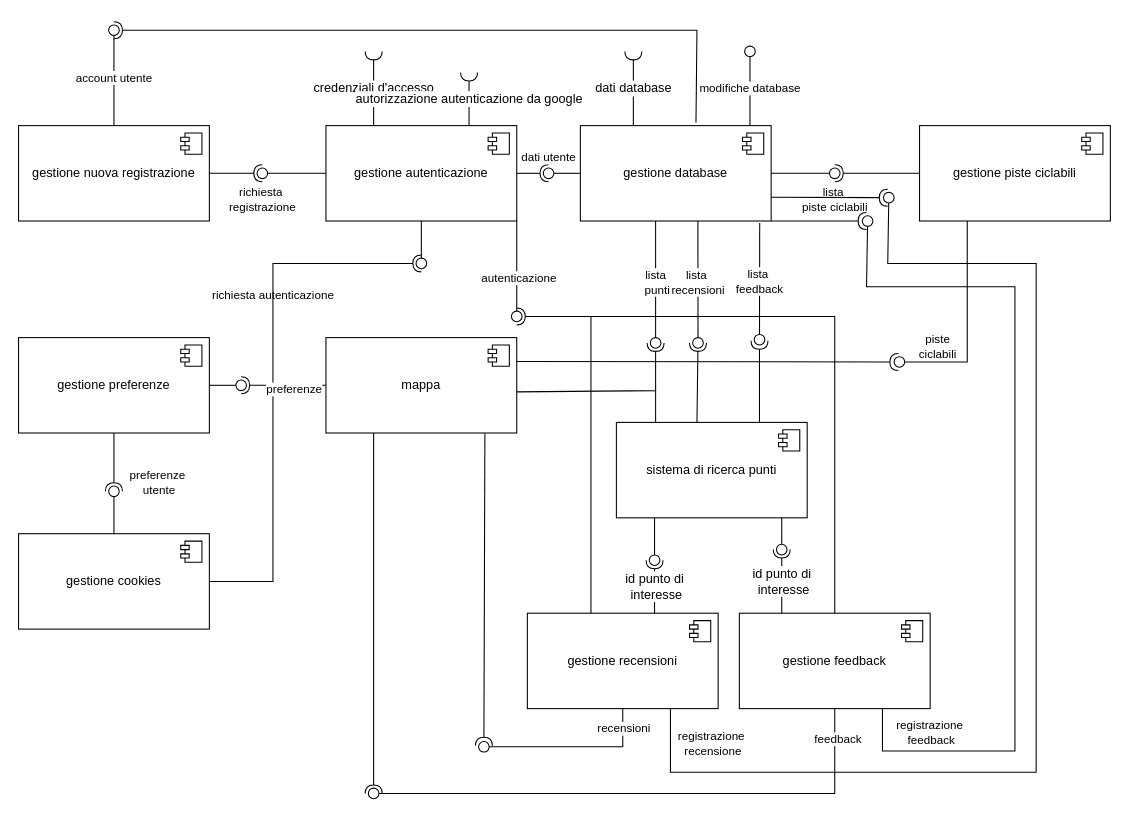
riccardoFinelloUniTn/BikeInfo keeps this draw.io diagram as componenti.drawio. Above is the earlier version. Source tidied: cells renumbered, new cells numbered last; positions are measured from the earlier drawing's top-left corner, leaving out a move shared by most shapes. Both pictures are drawn from the tidied source at 106%, with x=0, y=0 at pixel (18, 30).
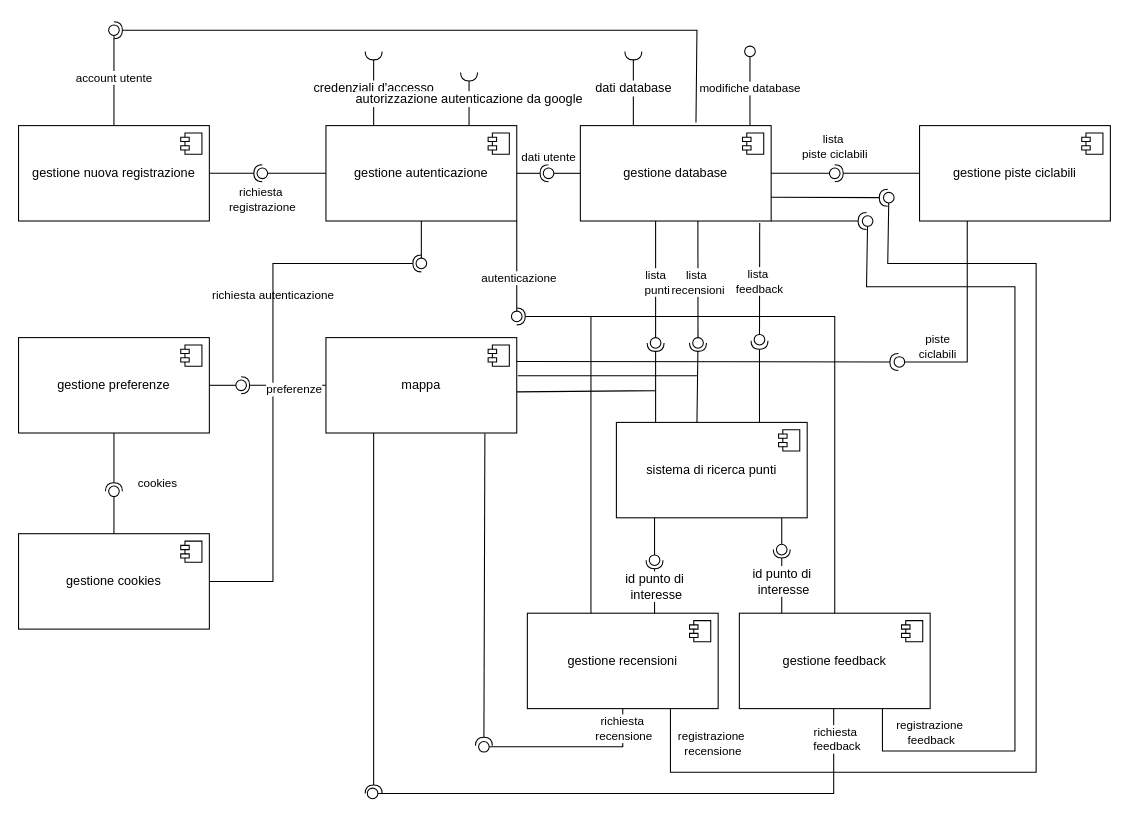
Above is the later version.

Unchanged cells that the change refers to:
```xml
<mxCell id="2" value="gestione database" style="html=1;whiteSpace=wrap;" parent="1" vertex="1">
  <mxGeometry x="530" y="90" width="180" height="90" as="geometry" />
</mxCell>
<mxCell id="8" value="gestione feedback" style="html=1;whiteSpace=wrap;" parent="1" vertex="1">
  <mxGeometry x="680" y="550" width="180" height="90" as="geometry" />
</mxCell>
<mxCell id="46" style="rounded=0;jettySize=auto;html=1;endArrow=halfCircle;endFill=0;endSize=6;strokeWidth=1;sketch=0;exitX=0.5;exitY=1;exitDx=0;exitDy=0;" parent="1" edge="1" source="10">
  <mxGeometry relative="1" as="geometry">
    <mxPoint x="90" y="435" as="targetPoint" />
  </mxGeometry>
</mxCell>
<mxCell id="51" style="ellipse;whiteSpace=wrap;html=1;align=center;fillColor=none;strokeColor=none;perimeter=centerPerimeter;points=[];outlineConnect=1;" parent="1" vertex="1">
  <mxGeometry x="765" y="130" width="10" height="10" as="geometry" />
</mxCell>
<mxCell id="57" value="mappa" style="html=1;whiteSpace=wrap;" parent="1" vertex="1">
  <mxGeometry x="290" y="290" width="180" height="90" as="geometry" />
</mxCell>
<mxCell id="60" style="rounded=0;jettySize=auto;html=1;endArrow=oval;endFill=0;sketch=0;sourcePerimeterSpacing=0;targetPerimeterSpacing=0;endSize=10;exitX=0.5;exitY=1;exitDx=0;exitDy=0;entryX=1.167;entryY=0.533;entryDx=0;entryDy=0;entryPerimeter=0;" parent="1" edge="1" source="4">
  <mxGeometry relative="1" as="geometry">
    <mxPoint x="439" y="676" as="targetPoint" />
    <Array as="points">
      <mxPoint x="570" y="676" />
    </Array>
  </mxGeometry>
</mxCell>
```

Change to the diagram source:
```diff
@@
-    <mxCell id="47" value="preferenze&lt;div&gt;&amp;nbsp;utente&lt;/div&gt;" style="edgeLabel;html=1;align=center;verticalAlign=middle;" parent="46" vertex="1">
+    <mxCell id="47" value="cookies" style="edgeLabel;html=1;align=center;verticalAlign=middle;" parent="46" vertex="1">
       <mxGeometry x="0.1" y="-1" relative="1" as="geometry">
         <mxPoint x="41" y="16" as="offset" />
       </mxGeometry>
     </mxCell>
@@
     <mxCell id="50" value="lista&amp;nbsp;&lt;div&gt;piste ciclabili&lt;/div&gt;" style="rounded=0;jettySize=auto;html=1;endArrow=oval;endFill=0;sketch=0;sourcePerimeterSpacing=0;targetPerimeterSpacing=0;endSize=10;exitX=1;exitY=0.5;exitDx=0;exitDy=0;" parent="1" edge="1" source="2" target="51">
-      <mxGeometry x="1" y="-25" relative="1" as="geometry" />
+      <mxGeometry x="1" y="25" relative="1" as="geometry" />
     </mxCell>
@@
-    <mxCell id="61" value="recensioni" style="edgeLabel;html=1;align=center;verticalAlign=middle;" parent="60" vertex="1">
+    <mxCell id="61" value="richiesta&amp;nbsp;&lt;div&gt;recensione&lt;/div&gt;" style="edgeLabel;html=1;align=center;verticalAlign=middle;" parent="60" vertex="1">
       <mxGeometry x="-0.79" relative="1" as="geometry" />
     </mxCell>
@@
-    <mxCell id="64" style="rounded=0;jettySize=auto;html=1;endArrow=oval;endFill=0;sketch=0;sourcePerimeterSpacing=0;targetPerimeterSpacing=0;endSize=10;exitX=0.5;exitY=1;exitDx=0;exitDy=0;" parent="1" edge="1" source="8">
+    <mxCell id="64" style="rounded=0;orthogonalLoop=1;jettySize=auto;html=1;endArrow=oval;endFill=0;sketch=0;sourcePerimeterSpacing=0;targetPerimeterSpacing=0;endSize=10;exitX=0.5;exitY=1;exitDx=0;exitDy=0;" parent="1" edge="1">
       <mxGeometry relative="1" as="geometry">
-        <mxPoint x="335" y="720" as="targetPoint" />
+        <mxPoint x="769" y="640" as="sourcePoint" />
+        <mxPoint x="334" y="720" as="targetPoint" />
         <Array as="points">
-          <mxPoint x="770" y="720" />
+          <mxPoint x="769" y="720" />
         </Array>
       </mxGeometry>
     </mxCell>
-    <mxCell id="65" value="feedback" style="edgeLabel;html=1;align=center;verticalAlign=middle;" parent="64" vertex="1">
+    <mxCell id="65" value="richiesta&amp;nbsp;&lt;div&gt;feedback&lt;/div&gt;" style="edgeLabel;html=1;align=center;verticalAlign=middle;" parent="64" vertex="1">
       <mxGeometry x="-0.89" y="2" relative="1" as="geometry" />
     </mxCell>
@@
+    <mxCell id="82" style="endArrow=none;html=1;rounded=0;exitX=1.006;exitY=0.4;exitDx=0;exitDy=0;exitPerimeter=0;" parent="1" edge="1" source="57">
+      <mxGeometry relative="1" as="geometry">
+        <mxPoint x="640" y="326" as="targetPoint" />
+      </mxGeometry>
+    </mxCell>
```
